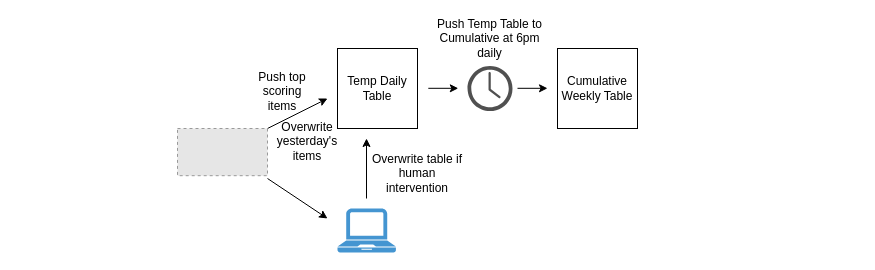
Before: early_access_tables.drawio in danielbsimpson/images_matplotlib, a draw.io diagram. Source tidied: cells renumbered, new cells numbered last; positions are measured from the earlier drawing's top-left corner, leaving out a move shared by most shapes. Both pictures are drawn from the tidied source at 100%, with x=0, y=0 at pixel (177, 18). Pictures stored in the file or linked from it are replaced by grey dashed boxes.
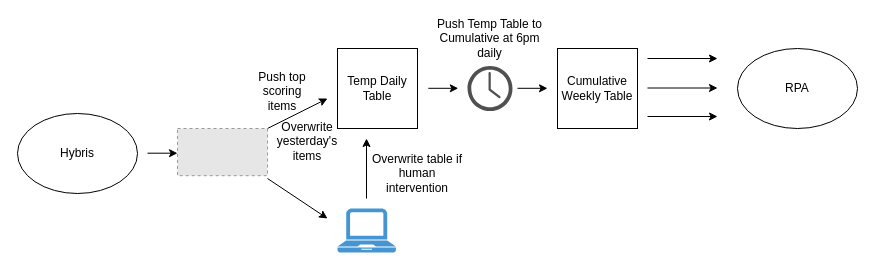
Above is the later version.

Change to the diagram source:
```diff
@@
+    <mxCell id="16" style="endArrow=classic;html=1;rounded=0;" parent="1" edge="1">
+      <mxGeometry relative="1" as="geometry">
+        <mxPoint x="470" y="40" as="sourcePoint" />
+        <mxPoint x="540" y="40" as="targetPoint" />
+      </mxGeometry>
+    </mxCell>
+    <mxCell id="17" style="endArrow=classic;html=1;rounded=0;" parent="1" edge="1">
+      <mxGeometry relative="1" as="geometry">
+        <mxPoint x="470" y="69.5" as="sourcePoint" />
+        <mxPoint x="540" y="69.5" as="targetPoint" />
+      </mxGeometry>
+    </mxCell>
+    <mxCell id="18" style="endArrow=classic;html=1;rounded=0;" parent="1" edge="1">
+      <mxGeometry relative="1" as="geometry">
+        <mxPoint x="470" y="98" as="sourcePoint" />
+        <mxPoint x="540" y="98" as="targetPoint" />
+      </mxGeometry>
+    </mxCell>
+    <mxCell id="19" value="RPA" style="ellipse;whiteSpace=wrap;html=1;" parent="1" vertex="1">
+      <mxGeometry x="560" y="30" width="120" height="80" as="geometry" />
+    </mxCell>
+    <mxCell id="20" value="Hybris" style="ellipse;whiteSpace=wrap;html=1;" parent="1" vertex="1">
+      <mxGeometry x="-160" y="95" width="120" height="80" as="geometry" />
+    </mxCell>
+    <mxCell id="21" style="endArrow=classic;html=1;rounded=0;" parent="1" edge="1">
+      <mxGeometry relative="1" as="geometry">
+        <mxPoint x="-30" y="134.7" as="sourcePoint" />
+        <mxPoint y="134.7" as="targetPoint" />
+      </mxGeometry>
+    </mxCell>
```
